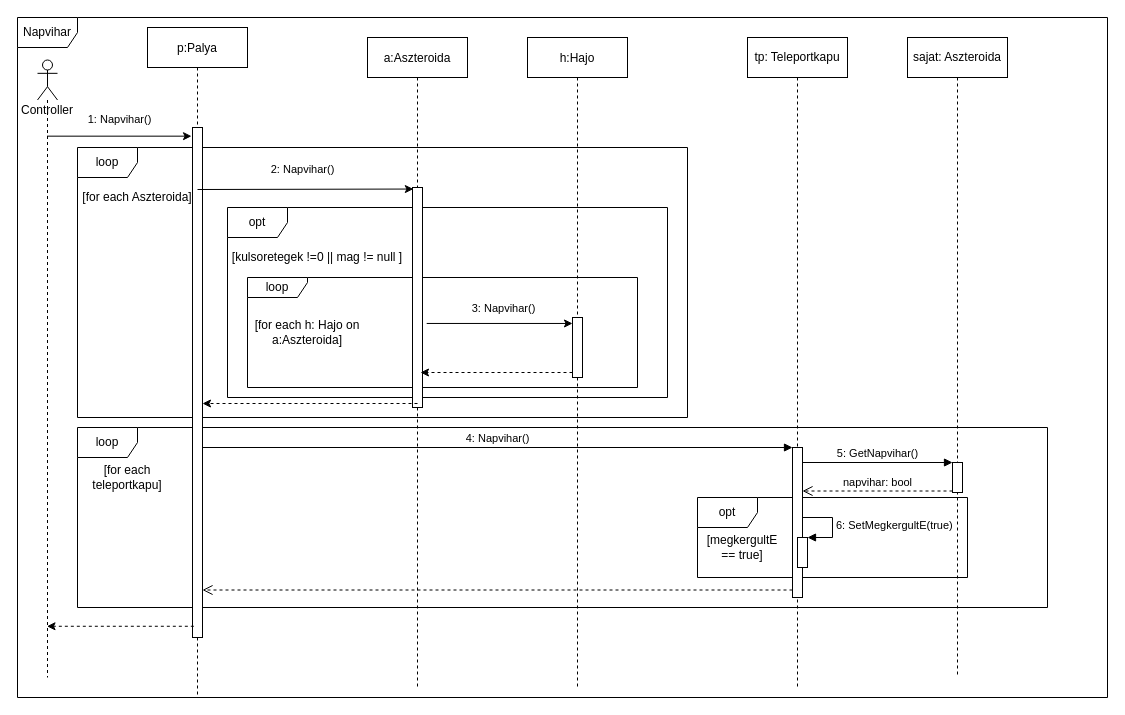
torpeBoiGo/aszteroidabanyaszat keeps this draw.io diagram as doc/szekvencia/szek_Napvihar.drawio. Above is the earlier version. Source tidied: cells renumbered, new cells numbered last; positions are measured from the earlier drawing's top-left corner, leaving out a move shared by most shapes. Both pictures are drawn from the tidied source at 100%, with x=0, y=0 at pixel (17, 17).
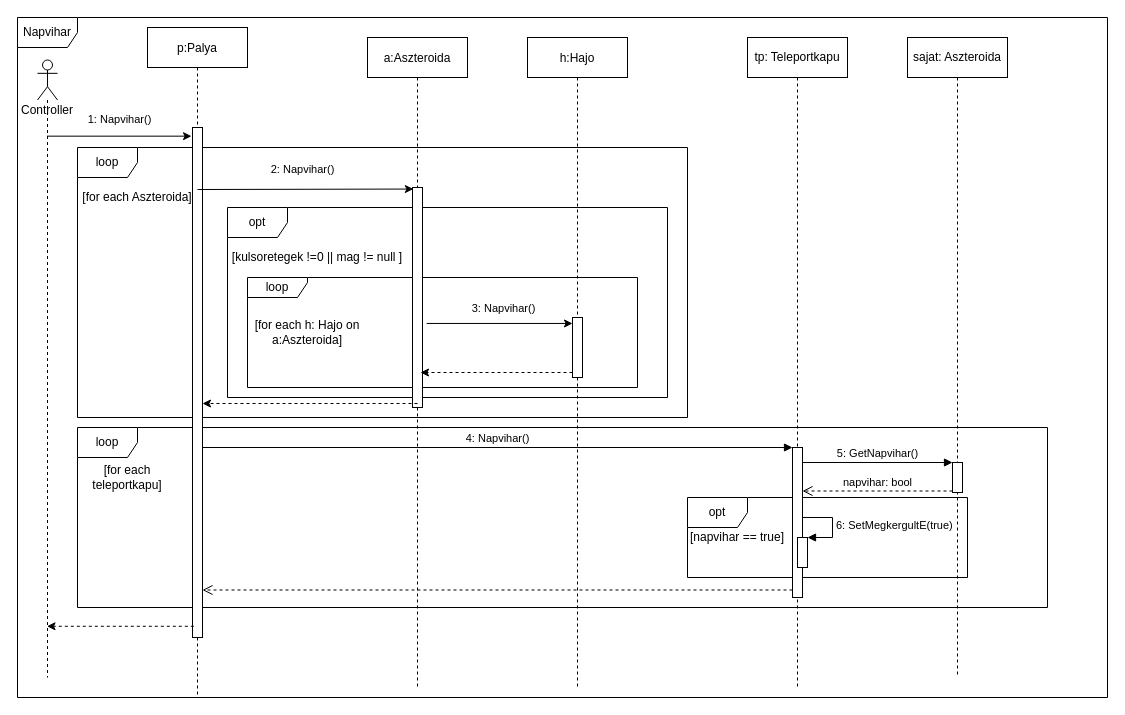
After the change.

Change to the diagram source:
```diff
@@
     <mxCell id="4" value="opt" style="shape=umlFrame;whiteSpace=wrap;html=1;" parent="1" vertex="1">
-      <mxGeometry x="680" y="480" width="270" height="80" as="geometry" />
+      <mxGeometry x="670" y="480" width="280" height="80" as="geometry" />
     </mxCell>
@@
-    <mxCell id="33" value="[megkergultE == true]" style="text;html=1;strokeColor=none;fillColor=none;align=center;verticalAlign=middle;whiteSpace=wrap;rounded=0;" parent="1" vertex="1">
-      <mxGeometry x="680" y="520" width="90" height="20" as="geometry" />
+    <mxCell id="33" value="[napvihar == true]" style="text;html=1;strokeColor=none;fillColor=none;align=center;verticalAlign=middle;whiteSpace=wrap;rounded=0;" parent="1" vertex="1">
+      <mxGeometry x="670" y="510" width="100" height="20" as="geometry" />
     </mxCell>
```
